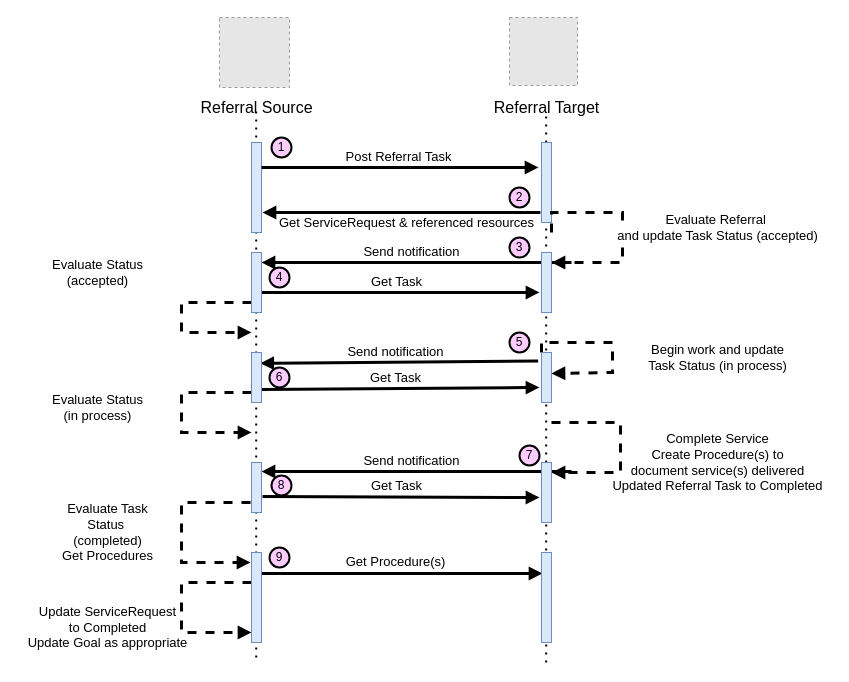
Above: Images Source/DetailedDirectReferral.drawio in HL7/fhir-sdoh-clinicalcare (draw.io), before the change. Source tidied: cells renumbered, new cells numbered last; positions are measured from the earlier drawing's top-left corner, leaving out a move shared by most shapes. Both pictures are drawn from the tidied source at 100%, with x=0, y=0 at pixel (17, 17). Pictures stored in the file or linked from it are replaced by grey dashed boxes.
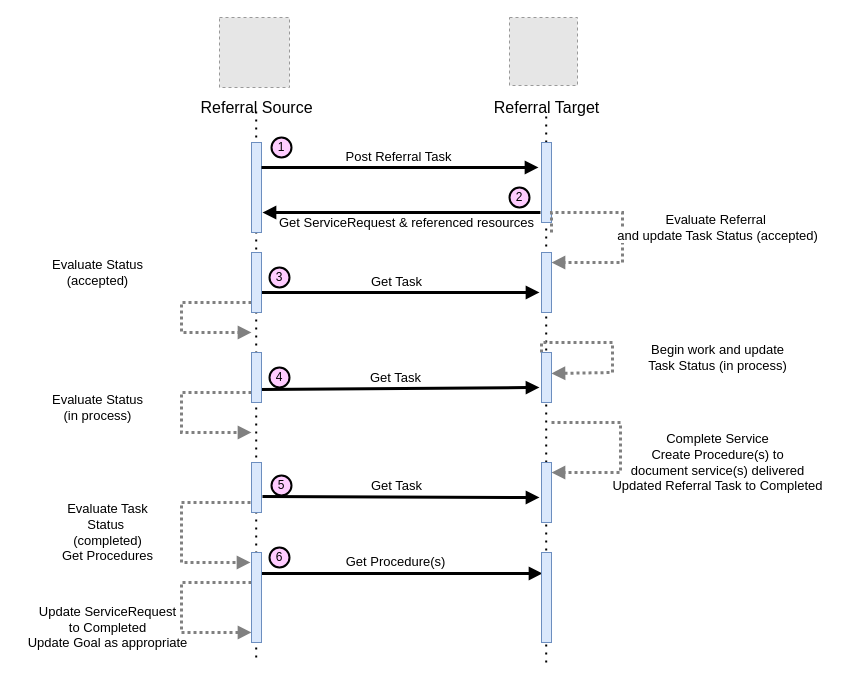
The same page after the edit.

Unchanged cells that the change refers to:
```xml
<mxCell id="24" style="html=1;points=[];perimeter=orthogonalPerimeter;fillColor=#dae8fc;strokeColor=#6c8ebf;fontSize=13;" parent="1" vertex="1">
  <mxGeometry x="234" y="335" width="10" height="50" as="geometry" />
</mxCell>
<mxCell id="31" style="html=1;points=[];perimeter=orthogonalPerimeter;fillColor=#dae8fc;strokeColor=#6c8ebf;fontSize=13;" parent="1" vertex="1">
  <mxGeometry x="524" y="335" width="10" height="50" as="geometry" />
</mxCell>
```

The edit, as a diff of the source:
```diff
@@
-    <mxCell id="4" style="edgeStyle=orthogonalEdgeStyle;html=1;align=left;spacingLeft=2;endArrow=block;rounded=0;strokeWidth=3;fontSize=13;dashed=1;" parent="1" edge="1">
+    <mxCell id="4" style="edgeStyle=orthogonalEdgeStyle;html=1;align=left;spacingLeft=2;endArrow=block;rounded=0;strokeWidth=3;fontSize=13;dashed=1;strokeColor=#808080;dashPattern=1 1;" parent="1" edge="1">
       <mxGeometry y="-30" relative="1" as="geometry">
         <mxPoint x="234" y="285" as="sourcePoint" />
         <mxPoint x="234" y="315" as="targetPoint" />
         <Array as="points">
           <mxPoint x="164" y="285" />
           <mxPoint x="164" y="315" />
           <mxPoint x="234" y="315" />
         </Array>
       </mxGeometry>
     </mxCell>
@@
-    <mxCell id="9" style="edgeStyle=orthogonalEdgeStyle;html=1;align=left;spacingLeft=2;endArrow=block;rounded=0;strokeWidth=3;fontSize=13;dashed=1;" parent="1" edge="1">
+    <mxCell id="9" style="edgeStyle=orthogonalEdgeStyle;html=1;align=left;spacingLeft=2;endArrow=block;rounded=0;strokeWidth=3;fontSize=13;dashed=1;strokeColor=#808080;dashPattern=1 1;" parent="1" edge="1">
       <mxGeometry x="-1" y="-10" relative="1" as="geometry">
         <mxPoint x="534" y="215" as="sourcePoint" />
         <mxPoint x="534" y="245" as="targetPoint" />
         <Array as="points">
           <mxPoint x="534" y="195" />
           <mxPoint x="605" y="195" />
           <mxPoint x="605" y="245" />
         </Array>
       </mxGeometry>
     </mxCell>
-    <mxCell id="10" value="&lt;font style=&quot;font-size: 13px;&quot;&gt;Send notification&lt;/font&gt;" style="html=1;verticalAlign=bottom;endArrow=block;strokeWidth=3;fontSize=13;" parent="1" edge="1">
-      <mxGeometry x="0.03" relative="1" as="geometry">
-        <mxPoint x="554" y="245" as="sourcePoint" />
-        <mxPoint x="244" y="245" as="targetPoint" />
-      </mxGeometry>
-    </mxCell>
@@
-    <mxCell id="12" style="edgeStyle=orthogonalEdgeStyle;html=1;align=left;spacingLeft=2;endArrow=block;rounded=0;strokeWidth=3;fontSize=13;dashed=1;" parent="1" edge="1">
+    <mxCell id="12" style="edgeStyle=orthogonalEdgeStyle;html=1;align=left;spacingLeft=2;endArrow=block;rounded=0;strokeWidth=3;fontSize=13;dashed=1;strokeColor=#808080;dashPattern=1 1;" parent="1" edge="1">
       <mxGeometry y="-30" relative="1" as="geometry">
         <mxPoint x="234" y="375" as="sourcePoint" />
         <mxPoint x="234" y="415" as="targetPoint" />
         <Array as="points">
           <mxPoint x="164" y="375" />
           <mxPoint x="164" y="415" />
         </Array>
       </mxGeometry>
     </mxCell>
-    <mxCell id="13" value="&lt;font style=&quot;font-size: 13px;&quot;&gt;Send notification&lt;/font&gt;" style="html=1;verticalAlign=bottom;endArrow=block;entryX=0.871;entryY=0.215;entryDx=0;entryDy=0;entryPerimeter=0;exitX=-0.334;exitY=0.168;exitDx=0;exitDy=0;exitPerimeter=0;strokeWidth=3;fontSize=13;" parent="1" edge="1" source="31" target="24">
-      <mxGeometry x="0.03" relative="1" as="geometry" />
-    </mxCell>
@@
-    <mxCell id="15" style="edgeStyle=orthogonalEdgeStyle;html=1;align=left;spacingLeft=2;endArrow=block;rounded=0;strokeWidth=3;fontSize=13;dashed=1;" parent="1" edge="1">
+    <mxCell id="15" style="edgeStyle=orthogonalEdgeStyle;html=1;align=left;spacingLeft=2;endArrow=block;rounded=0;strokeWidth=3;fontSize=13;dashed=1;strokeColor=#808080;dashPattern=1 1;" parent="1" edge="1">
       <mxGeometry x="-0.64" y="-20" relative="1" as="geometry">
         <mxPoint x="534" y="405" as="sourcePoint" />
         <mxPoint x="534" y="455" as="targetPoint" />
         <Array as="points">
           <mxPoint x="603" y="405" />
           <mxPoint x="603" y="455" />
         </Array>
       </mxGeometry>
     </mxCell>
-    <mxCell id="16" style="edgeStyle=orthogonalEdgeStyle;html=1;align=left;spacingLeft=2;endArrow=block;rounded=0;strokeWidth=3;fontSize=13;dashed=1;" parent="1" edge="1">
+    <mxCell id="16" style="edgeStyle=orthogonalEdgeStyle;html=1;align=left;spacingLeft=2;endArrow=block;rounded=0;strokeWidth=3;fontSize=13;dashed=1;strokeColor=#808080;dashPattern=1 1;" parent="1" edge="1">
       <mxGeometry x="0.04" y="-40" relative="1" as="geometry">
         <mxPoint x="233" y="485" as="sourcePoint" />
         <mxPoint x="233" y="545" as="targetPoint" />
         <Array as="points">
           <mxPoint x="164" y="485" />
           <mxPoint x="164" y="545" />
           <mxPoint x="233" y="545" />
         </Array>
       </mxGeometry>
     </mxCell>
-    <mxCell id="17" value="&lt;font style=&quot;font-size: 13px;&quot;&gt;Send notification&lt;/font&gt;" style="html=1;verticalAlign=bottom;endArrow=block;startArrow=none;strokeWidth=3;fontSize=13;" parent="1" edge="1">
-      <mxGeometry x="0.03" relative="1" as="geometry">
-        <mxPoint x="554" y="454" as="sourcePoint" />
-        <mxPoint x="244" y="454" as="targetPoint" />
-        <Array as="points">
-          <mxPoint x="484" y="454" />
-        </Array>
-      </mxGeometry>
-    </mxCell>
@@
-    <mxCell id="20" style="edgeStyle=orthogonalEdgeStyle;html=1;align=left;spacingLeft=2;endArrow=block;rounded=0;strokeWidth=3;fontSize=13;dashed=1;" parent="1" edge="1">
+    <mxCell id="20" style="edgeStyle=orthogonalEdgeStyle;html=1;align=left;spacingLeft=2;endArrow=block;rounded=0;strokeWidth=3;fontSize=13;dashed=1;strokeColor=#808080;dashPattern=1 1;" parent="1" edge="1">
       <mxGeometry x="0.05" y="-40" relative="1" as="geometry">
         <mxPoint x="234" y="565" as="sourcePoint" />
         <mxPoint x="234" y="615" as="targetPoint" />
         <Array as="points">
           <mxPoint x="164" y="565" />
           <mxPoint x="164" y="615" />
         </Array>
       </mxGeometry>
     </mxCell>
-    <mxCell id="21" style="edgeStyle=orthogonalEdgeStyle;html=1;align=left;spacingLeft=2;endArrow=block;rounded=0;entryX=1;entryY=0.42;entryDx=0;entryDy=0;entryPerimeter=0;strokeWidth=3;fontSize=13;dashed=1;" parent="1" edge="1" target="31">
+    <mxCell id="21" style="edgeStyle=orthogonalEdgeStyle;html=1;align=left;spacingLeft=2;endArrow=block;rounded=0;entryX=1;entryY=0.42;entryDx=0;entryDy=0;entryPerimeter=0;strokeWidth=3;fontSize=13;dashed=1;strokeColor=#808080;dashPattern=1 1;" parent="1" edge="1" target="31">
       <mxGeometry x="0.11" y="179" relative="1" as="geometry">
         <mxPoint x="524" y="335" as="sourcePoint" />
         <Array as="points">
           <mxPoint x="524" y="325" />
           <mxPoint x="595" y="325" />
           <mxPoint x="595" y="355" />
         </Array>
       </mxGeometry>
     </mxCell>
@@
-    <mxCell id="44" value="4" style="ellipse;whiteSpace=wrap;html=1;fontSize=12;fillColor=#FFCCFF;fontStyle=0;strokeWidth=2;" parent="1" vertex="1">
+    <mxCell id="44" value="3" style="ellipse;whiteSpace=wrap;html=1;fontSize=12;fillColor=#FFCCFF;fontStyle=0;strokeWidth=2;" parent="1" vertex="1">
       <mxGeometry x="252" y="250" width="20" height="20" as="geometry" />
     </mxCell>
-    <mxCell id="45" value="3" style="ellipse;whiteSpace=wrap;html=1;fontSize=12;fillColor=#FFCCFF;fontStyle=0;strokeWidth=2;" parent="1" vertex="1">
-      <mxGeometry x="492" y="220" width="20" height="20" as="geometry" />
-    </mxCell>
-    <mxCell id="46" value="5" style="ellipse;whiteSpace=wrap;html=1;fontSize=12;fillColor=#FFCCFF;fontStyle=0;strokeWidth=2;" parent="1" vertex="1">
-      <mxGeometry x="492" y="315" width="20" height="20" as="geometry" />
-    </mxCell>
-    <mxCell id="47" value="6" style="ellipse;whiteSpace=wrap;html=1;fontSize=12;fillColor=#FFCCFF;fontStyle=0;strokeWidth=2;" parent="1" vertex="1">
+    <mxCell id="47" value="4" style="ellipse;whiteSpace=wrap;html=1;fontSize=12;fillColor=#FFCCFF;fontStyle=0;strokeWidth=2;" parent="1" vertex="1">
       <mxGeometry x="252" y="350" width="20" height="20" as="geometry" />
     </mxCell>
-    <mxCell id="48" value="7" style="ellipse;whiteSpace=wrap;html=1;fontSize=12;fillColor=#FFCCFF;fontStyle=0;strokeWidth=2;" parent="1" vertex="1">
-      <mxGeometry x="502" y="428" width="20" height="20" as="geometry" />
-    </mxCell>
-    <mxCell id="49" value="8" style="ellipse;whiteSpace=wrap;html=1;fontSize=12;fillColor=#FFCCFF;fontStyle=0;strokeWidth=2;" parent="1" vertex="1">
+    <mxCell id="49" value="5" style="ellipse;whiteSpace=wrap;html=1;fontSize=12;fillColor=#FFCCFF;fontStyle=0;strokeWidth=2;" parent="1" vertex="1">
       <mxGeometry x="254" y="458" width="20" height="20" as="geometry" />
     </mxCell>
-    <mxCell id="50" value="9" style="ellipse;whiteSpace=wrap;html=1;fontSize=12;fillColor=#FFCCFF;fontStyle=0;strokeWidth=2;" parent="1" vertex="1">
+    <mxCell id="50" value="6" style="ellipse;whiteSpace=wrap;html=1;fontSize=12;fillColor=#FFCCFF;fontStyle=0;strokeWidth=2;" parent="1" vertex="1">
       <mxGeometry x="252" y="530" width="20" height="20" as="geometry" />
     </mxCell>
```
